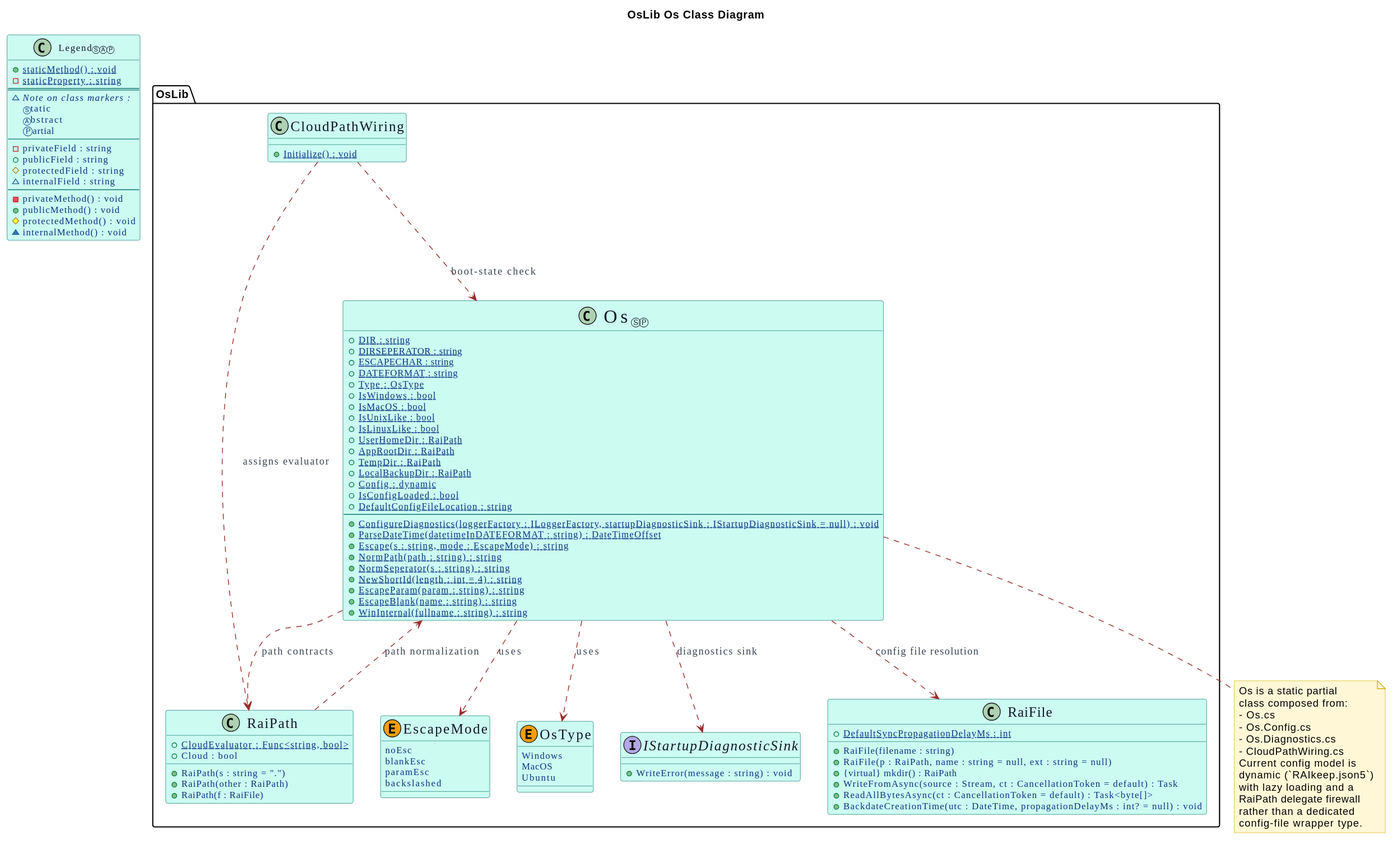
Above: OsLib-Os-ClassDiagram.svg in Burkhardt/OsLib (PlantUML), before the change.
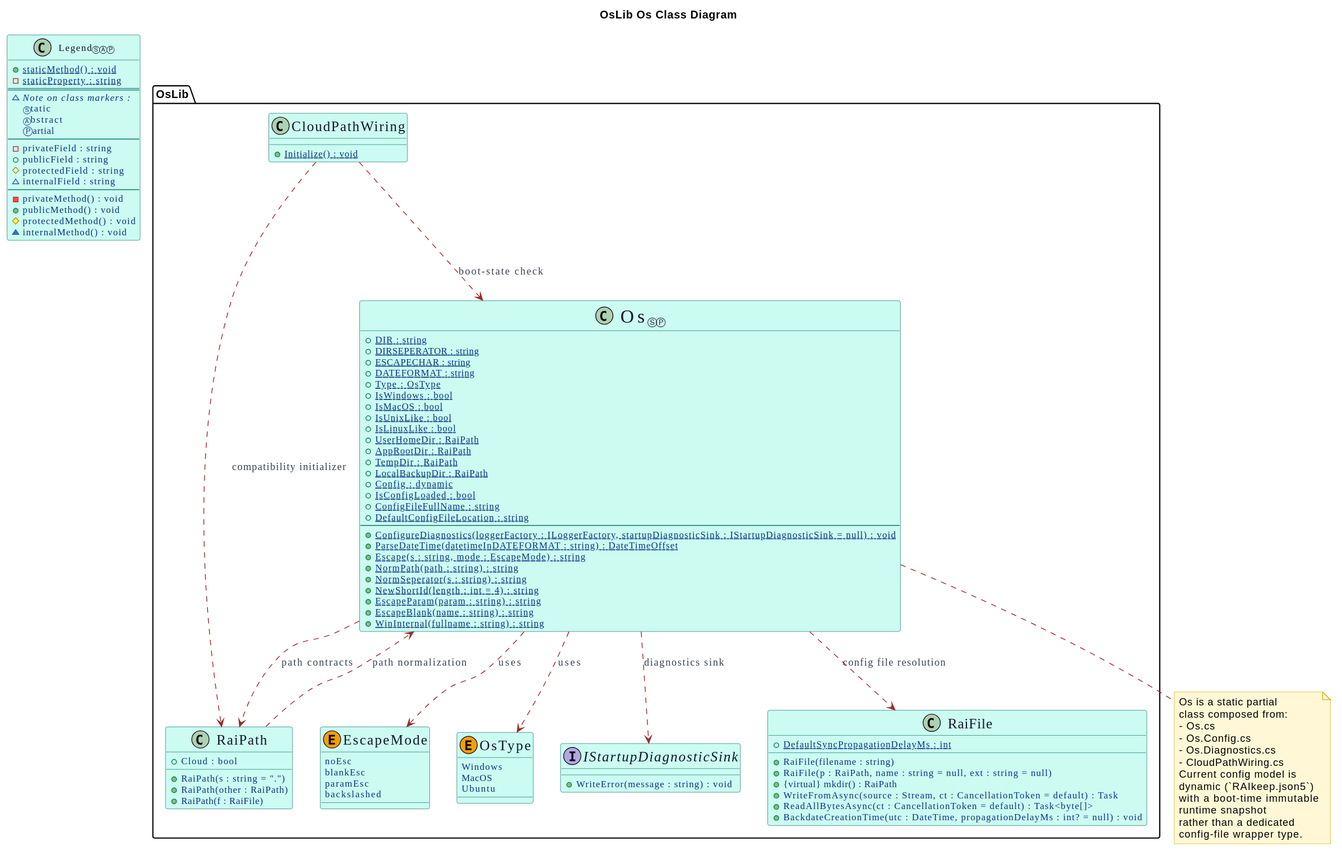
After the commit.

Change to the diagram source:
```diff
@@ -54,7 +54,6 @@
 	}
 
 	class "<size:18>RaiPath</size>" as RaiPath {
-		+{static} CloudEvaluator : Func<string, bool>
 		+Cloud : bool
 		+RaiPath(s : string = ".")
 		+RaiPath(other : RaiPath)
@@ -87,6 +86,7 @@
 		+{static} LocalBackupDir : RaiPath
 		+{static} Config : dynamic
 		+{static} IsConfigLoaded : bool
+		+{static} ConfigFileFullName : string
 		+{static} DefaultConfigFileLocation : string
 		--
 		+{static} ConfigureDiagnostics(loggerFactory : ILoggerFactory, startupDiagnosticSink : IStartupDiagnosticSink = null) : void
@@ -107,7 +107,7 @@
 Os ..> RaiFile : config file resolution
 Os ..> IStartupDiagnosticSink : diagnostics sink
 CloudPathWiring ..> Os : boot-state check
-CloudPathWiring ..> RaiPath : assigns evaluator
+CloudPathWiring ..> RaiPath : compatibility initializer
 RaiPath ..> Os : path normalization
 
 class "Legend<size:10>ⓈⒶⓅ</size>" as LegendSample {
@@ -139,8 +139,8 @@
 	- CloudPathWiring.cs
 	Current config model is
 	dynamic (`RAIkeep.json5`)
-	with lazy loading and a
-	RaiPath delegate firewall
+	with a boot-time immutable
+	runtime snapshot
 	rather than a dedicated
 	config-file wrapper type.
 end note
```
